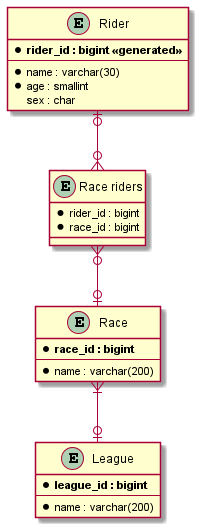
The PlantUML diagram documentation/erd.png in khanahoe-qa/HWA-Project, before a commit. Source of this version:
```plantuml
@startuml

skinparam linetype ortho

entity "Rider" as rider {
	* **rider_id : bigint <<generated>>**
	--
	*name : varchar(30)
	*age : smallint
	sex : char
}

entity "Race riders" as race_riders {
	*rider_id : bigint
	*race_id : bigint
}

entity "League" as league {
	* **league_id : bigint**
	--
	* name : varchar(200)
}

entity "Race" as race {
	* **race_id : bigint**
	--
	* name : varchar(200)
}

rider |o--o{ race_riders
race_riders }o--o| race
race }|--o| league
@enduml
```
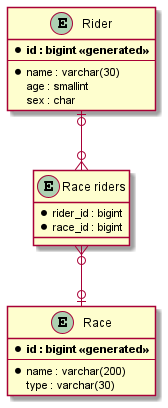
Later version of the same file.

What changed in the source:
```diff
@@ -3,10 +3,10 @@
 skinparam linetype ortho
 
 entity "Rider" as rider {
-	* **rider_id : bigint <<generated>>**
+	* **id : bigint <<generated>>**
 	--
 	*name : varchar(30)
-	*age : smallint
+	age : smallint
 	sex : char
 }
 
@@ -15,19 +15,13 @@
 	*race_id : bigint
 }
 
-entity "League" as league {
-	* **league_id : bigint**
+entity "Race" as race {
+	* **id : bigint <<generated>>**
 	--
 	* name : varchar(200)
-}
-
-entity "Race" as race {
-	* **race_id : bigint**
-	--
-	* name : varchar(200)
+	type : varchar(30)
 }
 
 rider |o--o{ race_riders
 race_riders }o--o| race
-race }|--o| league
 @enduml
```
